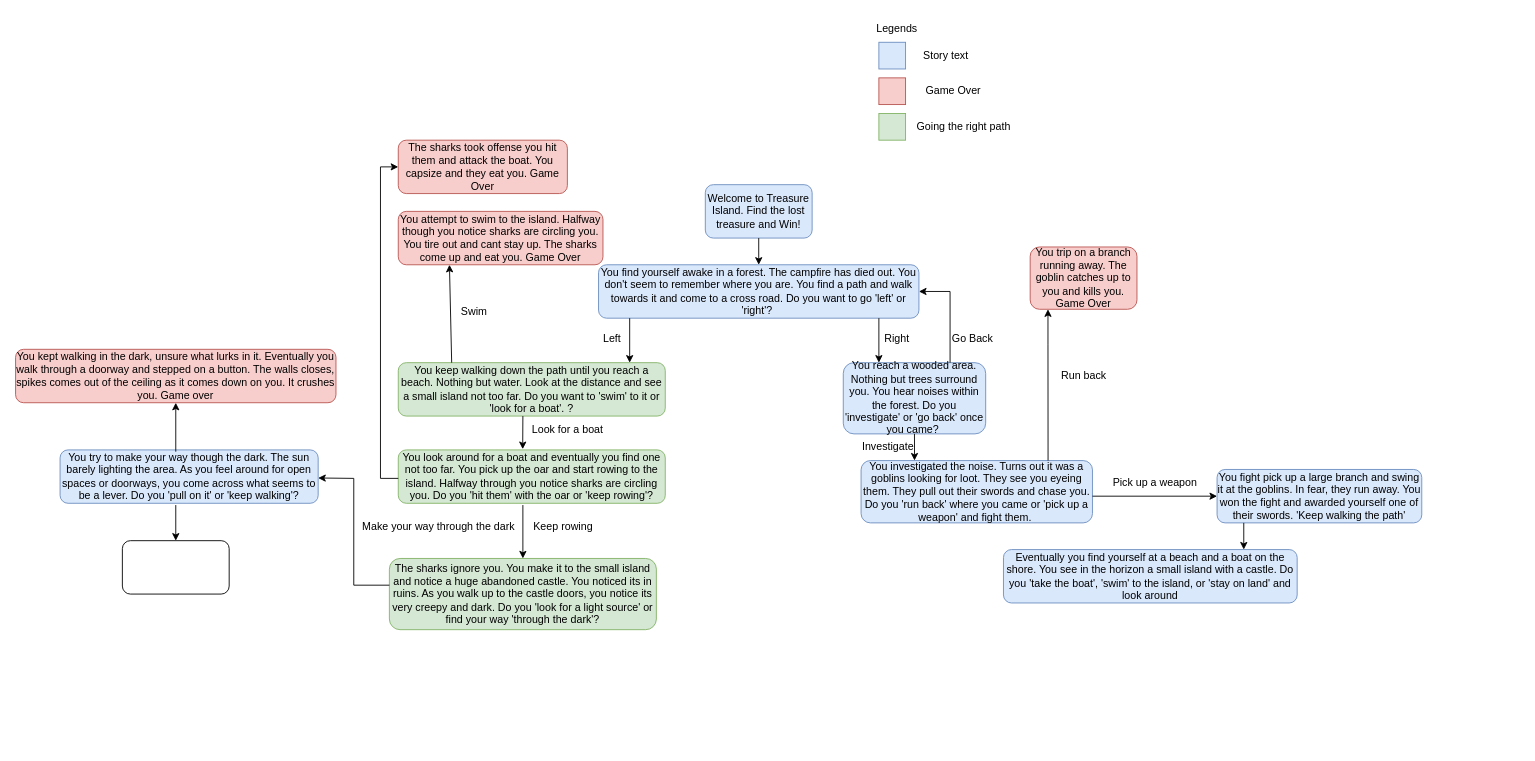
The draw.io diagram Treasure Island.drawio in Eukiii/Treasure-Island, before the edit. Source tidied: cells renumbered, new cells numbered last; positions are measured from the earlier drawing's top-left corner, leaving out a move shared by most shapes. Both pictures are drawn from the tidied source at 89%, with x=0, y=0 at pixel (15, 15).
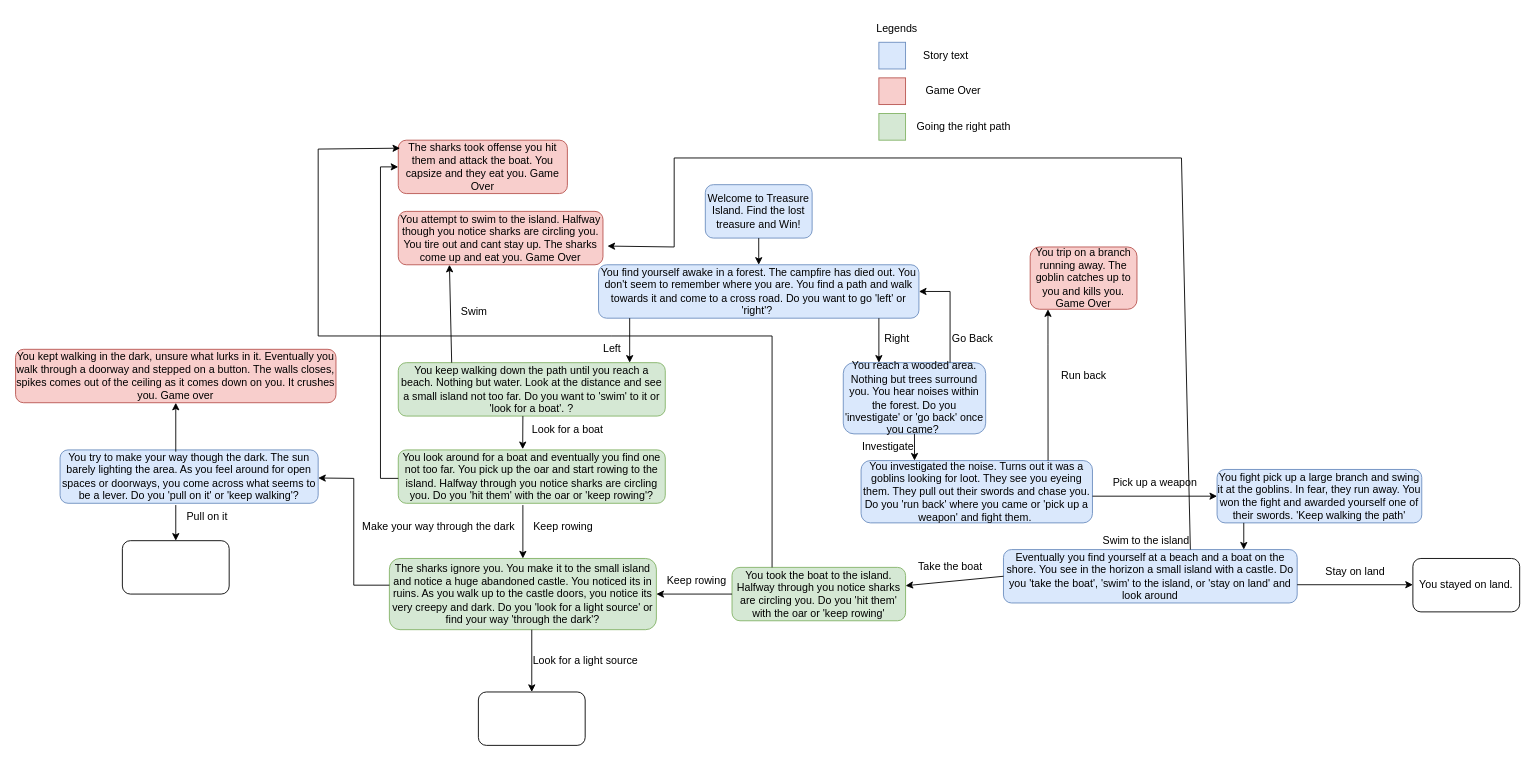
The same diagram, later.

Unchanged cells that the change refers to:
```xml
<mxCell id="21" value="You attempt to swim to the island. Halfway though you notice sharks are circling you. You tire out and cant stay up. The sharks come up and eat you. Game Over" style="rounded=1;whiteSpace=wrap;html=1;fillColor=#f8cecc;strokeColor=#b85450;" parent="1" vertex="1">
  <mxGeometry x="430" y="220" width="230" height="60" as="geometry" />
</mxCell>
<mxCell id="27" value="The sharks took offense you hit them and attack the boat. You capsize and they eat you. Game Over" style="rounded=1;whiteSpace=wrap;html=1;fillColor=#f8cecc;strokeColor=#b85450;" parent="1" vertex="1">
  <mxGeometry x="430" y="140" width="190" height="60" as="geometry" />
</mxCell>
<mxCell id="36" value="The sharks ignore you. You make it to the small island and notice a huge abandoned castle. You noticed its in ruins. As you walk up to the castle doors, you notice its very creepy and dark. Do you 'look for a light source' or find your way 'through the dark'?" style="rounded=1;whiteSpace=wrap;html=1;fillColor=#d5e8d4;strokeColor=#82b366;" parent="1" vertex="1">
  <mxGeometry x="420" y="610" width="300" height="80" as="geometry" />
</mxCell>
```

Change to the diagram source:
```diff
@@
     <mxCell id="9" value="Left" style="text;html=1;align=center;verticalAlign=middle;strokeColor=none;fillColor=none;" parent="1" vertex="1">
-      <mxGeometry x="650" y="348" width="40" height="30" as="geometry" />
+      <mxGeometry x="650" y="360" width="40" height="30" as="geometry" />
     </mxCell>
@@
+    <mxCell id="50" style="endArrow=classic;html=1;rounded=0;" parent="1" edge="1" target="51">
+      <mxGeometry relative="1" as="geometry">
+        <mxPoint x="1110" y="630" as="sourcePoint" />
+      </mxGeometry>
+    </mxCell>
+    <mxCell id="51" value="You took the boat to the island. Halfway through you notice sharks are circling you. Do you 'hit them' with the oar or 'keep rowing'" style="rounded=1;whiteSpace=wrap;html=1;fillColor=#d5e8d4;strokeColor=#82b366;" parent="1" vertex="1">
+      <mxGeometry x="805" y="620" width="195" height="60" as="geometry" />
+    </mxCell>
+    <mxCell id="52" value="Take the boat" style="text;html=1;align=center;verticalAlign=middle;strokeColor=none;fillColor=none;" parent="1" vertex="1">
+      <mxGeometry x="1000" y="605" width="100" height="30" as="geometry" />
+    </mxCell>
+    <mxCell id="53" style="endArrow=classic;html=1;rounded=0;entryX=1;entryY=0.5;entryDx=0;entryDy=0;" parent="1" edge="1" target="36">
+      <mxGeometry relative="1" as="geometry">
+        <mxPoint x="805" y="650" as="sourcePoint" />
+      </mxGeometry>
+    </mxCell>
+    <mxCell id="54" value="Keep rowing" style="text;html=1;align=center;verticalAlign=middle;strokeColor=none;fillColor=none;" parent="1" vertex="1">
+      <mxGeometry x="720" y="620" width="90" height="30" as="geometry" />
+    </mxCell>
+    <mxCell id="55" style="endArrow=classic;html=1;rounded=0;entryX=0.011;entryY=0.15;entryDx=0;entryDy=0;entryPerimeter=0;" parent="1" edge="1" target="27">
+      <mxGeometry relative="1" as="geometry">
+        <mxPoint x="850" y="620" as="sourcePoint" />
+        <Array as="points">
+          <mxPoint x="850" y="360" />
+          <mxPoint x="670" y="360" />
+          <mxPoint x="340" y="360" />
+          <mxPoint x="340" y="150" />
+        </Array>
+      </mxGeometry>
+    </mxCell>
+    <mxCell id="56" style="endArrow=classic;html=1;rounded=0;entryX=1.022;entryY=0.65;entryDx=0;entryDy=0;entryPerimeter=0;" parent="1" edge="1" target="21">
+      <mxGeometry relative="1" as="geometry">
+        <mxPoint x="1320" y="600" as="sourcePoint" />
+        <Array as="points">
+          <mxPoint x="1310" y="160" />
+          <mxPoint x="740" y="160" />
+          <mxPoint x="740" y="260" />
+        </Array>
+      </mxGeometry>
+    </mxCell>
+    <mxCell id="57" value="Swim to the island" style="text;html=1;align=center;verticalAlign=middle;strokeColor=none;fillColor=none;" parent="1" vertex="1">
+      <mxGeometry x="1210" y="575" width="120" height="30" as="geometry" />
+    </mxCell>
+    <mxCell id="58" style="endArrow=classic;html=1;rounded=0;" parent="1" edge="1">
+      <mxGeometry relative="1" as="geometry">
+        <mxPoint x="1440" y="639.5" as="sourcePoint" />
+        <mxPoint x="1570" y="639.5" as="targetPoint" />
+      </mxGeometry>
+    </mxCell>
+    <mxCell id="59" value="You stayed on land." style="rounded=1;whiteSpace=wrap;html=1;" parent="1" vertex="1">
+      <mxGeometry x="1570" y="610" width="120" height="60" as="geometry" />
+    </mxCell>
+    <mxCell id="60" value="Stay on land" style="text;html=1;align=center;verticalAlign=middle;strokeColor=none;fillColor=none;" parent="1" vertex="1">
+      <mxGeometry x="1460" y="610" width="90" height="30" as="geometry" />
+    </mxCell>
+    <mxCell id="61" style="endArrow=classic;html=1;rounded=0;" parent="1" edge="1" target="62">
+      <mxGeometry relative="1" as="geometry">
+        <mxPoint x="580" y="690" as="sourcePoint" />
+      </mxGeometry>
+    </mxCell>
+    <mxCell id="62" style="rounded=1;whiteSpace=wrap;html=1;" parent="1" vertex="1">
+      <mxGeometry x="520" y="760" width="120" height="60" as="geometry" />
+    </mxCell>
+    <mxCell id="63" value="Look for a light source" style="text;html=1;align=center;verticalAlign=middle;strokeColor=none;fillColor=none;" parent="1" vertex="1">
+      <mxGeometry x="570" y="710" width="140" height="30" as="geometry" />
+    </mxCell>
+    <mxCell id="64" value="Pull on it" style="text;html=1;align=center;verticalAlign=middle;strokeColor=none;fillColor=none;" parent="1" vertex="1">
+      <mxGeometry x="180" y="548" width="70" height="30" as="geometry" />
+    </mxCell>
```
